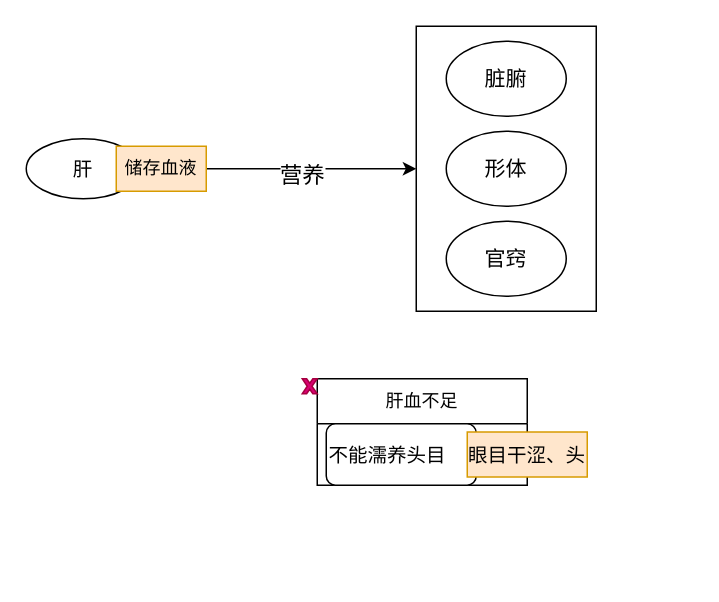
The draw.io diagram 医门推敲叁/中医藏象学说/藏象学说之肝/肝的主藏血功能.drawio in 328507133/chart, before the edit. Source tidied: cells renumbered, new cells numbered last; positions are measured from the earlier drawing's top-left corner, leaving out a move shared by most shapes. Both pictures are drawn from the tidied source at 150%, with x=0, y=0 at pixel (26, 26).
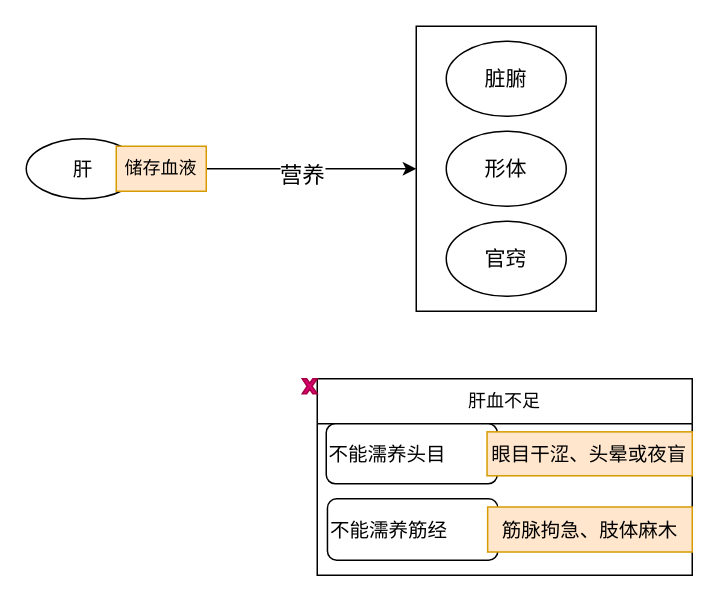
Above is the later version.

Commit message:
更新肝的主藏血功能.drawio

Diff of the diagram source:
```diff
@@
     <mxCell id="13" style="group;" parent="1" vertex="1">
-      <mxGeometry x="184" y="235" width="150" height="112" as="geometry" />
+      <mxGeometry x="184" y="235" width="260" height="131" as="geometry" />
     </mxCell>
     <mxCell id="14" value="肝血不足" style="swimlane;fontStyle=0;horizontal=1;startSize=30;whiteSpace=wrap;html=1;" parent="13" vertex="1">
-      <mxGeometry x="10" width="140" height="71" as="geometry" />
+      <mxGeometry x="10" width="250" height="131" as="geometry" />
     </mxCell>
     <mxCell id="15" style="group;fontSize=13;align=left;" parent="14" vertex="1">
-      <mxGeometry y="30" width="140" height="41" as="geometry" />
+      <mxGeometry y="30" width="250" height="101" as="geometry" />
     </mxCell>
+    <mxCell id="19" style="group;" parent="15" vertex="1">
+      <mxGeometry x="6" width="244" height="40" as="geometry" />
+    </mxCell>
-    <mxCell id="16" value="不能濡养头目" style="rounded=1;whiteSpace=wrap;html=1;fontSize=13;align=left;" parent="15" vertex="1">
-      <mxGeometry x="6" width="100" height="41" as="geometry" />
+    <mxCell id="16" value="不能濡养头目" style="rounded=1;whiteSpace=wrap;html=1;fontSize=13;align=left;" parent="19" vertex="1">
+      <mxGeometry width="114" height="40" as="geometry" />
     </mxCell>
-    <mxCell id="17" value="眼目干涩、头" style="text;html=1;strokeColor=#d79b00;fillColor=#ffe6cc;align=center;verticalAlign=middle;whiteSpace=wrap;rounded=0;fontSize=13;" parent="15" vertex="1">
-      <mxGeometry x="100" y="5.5" width="80" height="30" as="geometry" />
+    <mxCell id="17" value="眼目干涩、头晕或夜盲" style="text;html=1;strokeColor=#d79b00;fillColor=#ffe6cc;align=center;verticalAlign=middle;whiteSpace=wrap;rounded=0;fontSize=13;" parent="19" vertex="1">
+      <mxGeometry x="107.2" y="5.4" width="136.8" height="29.3" as="geometry" />
     </mxCell>
+    <mxCell id="20" style="group;fontSize=13;align=left;" parent="15" vertex="1">
+      <mxGeometry y="50" width="250" height="41" as="geometry" />
+    </mxCell>
+    <mxCell id="21" value="不能濡养筋经" style="rounded=1;whiteSpace=wrap;html=1;fontSize=13;align=left;" parent="20" vertex="1">
+      <mxGeometry x="6.8" width="113.6" height="41" as="geometry" />
+    </mxCell>
+    <mxCell id="22" value="筋脉拘急、肢体麻木" style="text;html=1;strokeColor=#d79b00;fillColor=#ffe6cc;align=center;verticalAlign=middle;whiteSpace=wrap;rounded=0;fontSize=13;" parent="20" vertex="1">
+      <mxGeometry x="113.6" y="5.5" width="136.4" height="30" as="geometry" />
+    </mxCell>
```
